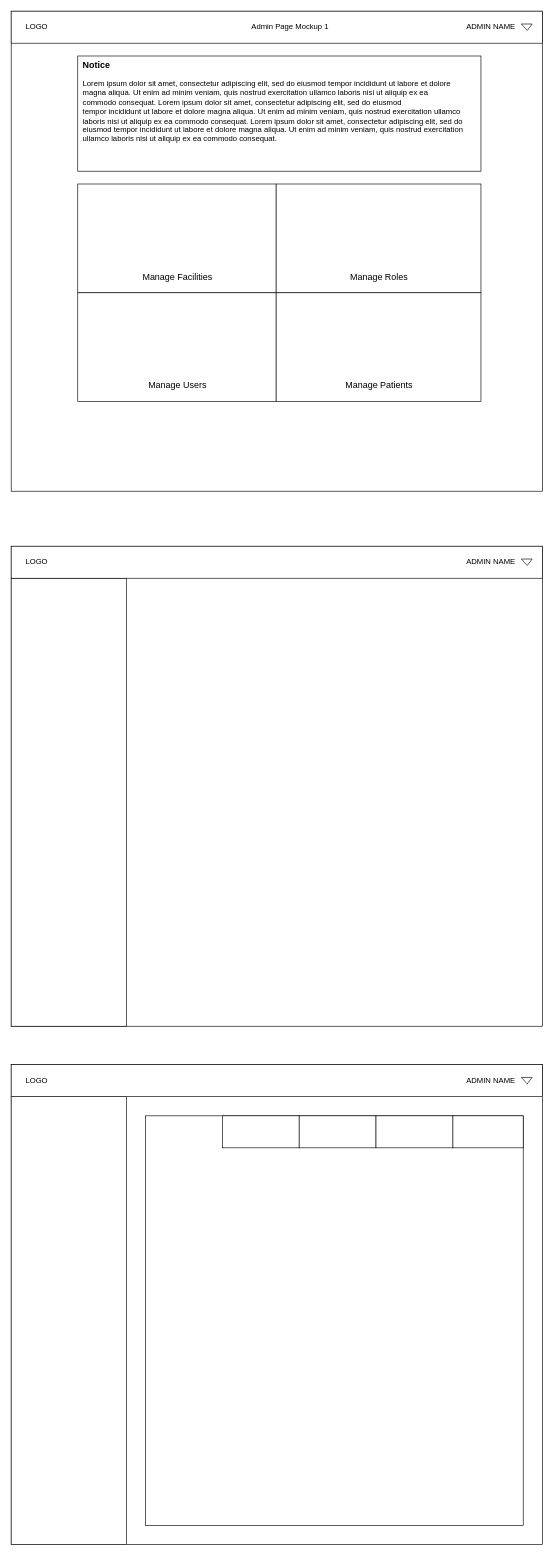
The draw.io diagram page "Mockup 1" (1 of 2) of diagrams/AdminPage.drawio in empty-works/plain-emrs-no-fw, before the edit. Source tidied: cells renumbered, new cells numbered last; positions are measured from the earlier drawing's top-left corner, leaving out a move shared by most shapes. Both pictures are drawn from the tidied source at 64%, with x=0, y=0 at pixel (11, 11).
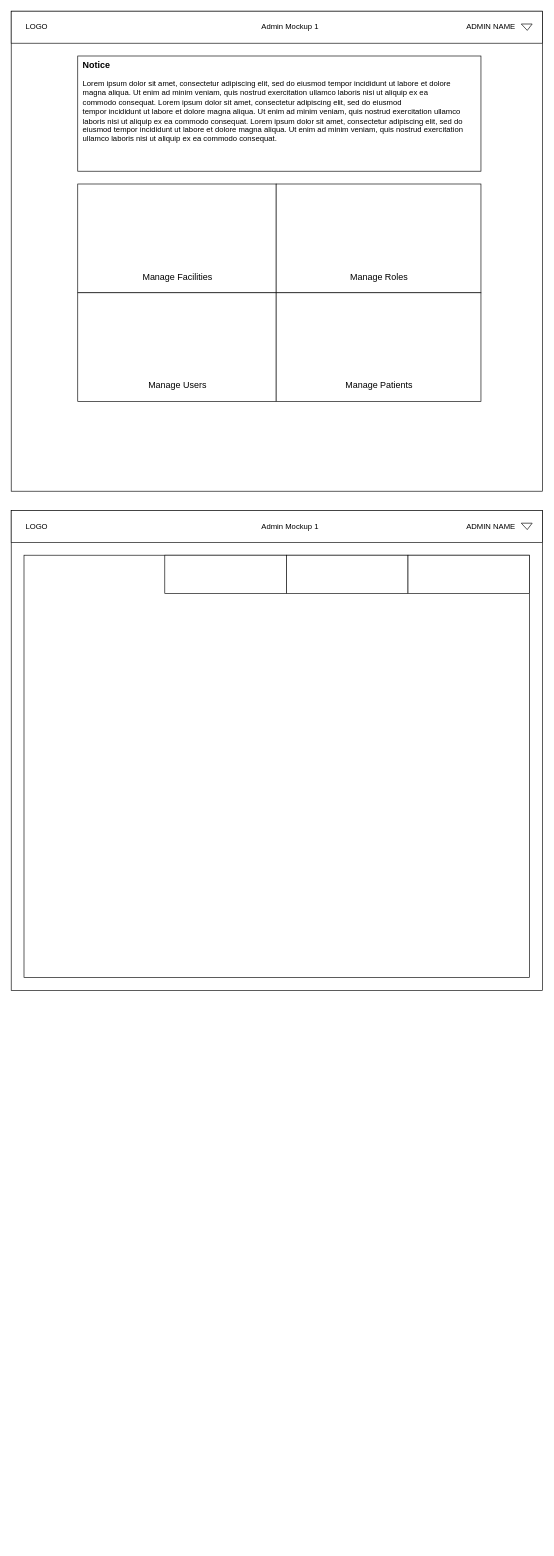
The same diagram, later.

Commit message:
Admin mockup 1 and 2 now separated. Made some changes to each.

Diff of the diagram source:
```diff
@@
-    <mxCell id="2" style="rounded=0;whiteSpace=wrap;html=1;" parent="1" vertex="1">
-      <mxGeometry y="836" width="830" height="750" as="geometry" />
-    </mxCell>
-    <mxCell id="3" style="rounded=0;whiteSpace=wrap;html=1;" parent="1" vertex="1">
-      <mxGeometry y="886" width="180" height="700" as="geometry" />
-    </mxCell>
@@
-    <mxCell id="20" style="rounded=0;whiteSpace=wrap;html=1;" parent="1" vertex="1">
-      <mxGeometry y="836" width="830" height="50" as="geometry" />
-    </mxCell>
-    <mxCell id="21" value="LOGO" style="text;html=1;strokeColor=none;fillColor=none;align=center;verticalAlign=middle;whiteSpace=wrap;rounded=0;" parent="1" vertex="1">
-      <mxGeometry x="10" y="846" width="60" height="30" as="geometry" />
-    </mxCell>
-    <mxCell id="22" value="ADMIN NAME" style="text;html=1;strokeColor=none;fillColor=none;align=right;verticalAlign=middle;whiteSpace=wrap;rounded=0;" parent="1" vertex="1">
-      <mxGeometry x="630" y="846" width="160" height="30" as="geometry" />
-    </mxCell>
-    <mxCell id="23" style="verticalLabelPosition=bottom;verticalAlign=top;html=1;shape=mxgraph.basic.acute_triangle;dx=0.45;fontSize=14;rotation=-180;" parent="1" vertex="1">
-      <mxGeometry x="797" y="856" width="17" height="10" as="geometry" />
-    </mxCell>
-    <mxCell id="24" style="rounded=0;whiteSpace=wrap;html=1;" parent="1" vertex="1">
-      <mxGeometry y="1646" width="830" height="750" as="geometry" />
-    </mxCell>
-    <mxCell id="25" style="rounded=0;whiteSpace=wrap;html=1;" parent="1" vertex="1">
-      <mxGeometry y="1696" width="180" height="700" as="geometry" />
-    </mxCell>
-    <mxCell id="26" style="rounded=0;whiteSpace=wrap;html=1;" parent="1" vertex="1">
-      <mxGeometry y="1646" width="830" height="50" as="geometry" />
-    </mxCell>
-    <mxCell id="27" value="LOGO" style="text;html=1;strokeColor=none;fillColor=none;align=center;verticalAlign=middle;whiteSpace=wrap;rounded=0;" parent="1" vertex="1">
-      <mxGeometry x="10" y="1656" width="60" height="30" as="geometry" />
-    </mxCell>
-    <mxCell id="28" value="ADMIN NAME" style="text;html=1;strokeColor=none;fillColor=none;align=right;verticalAlign=middle;whiteSpace=wrap;rounded=0;" parent="1" vertex="1">
-      <mxGeometry x="630" y="1656" width="160" height="30" as="geometry" />
-    </mxCell>
-    <mxCell id="29" style="verticalLabelPosition=bottom;verticalAlign=top;html=1;shape=mxgraph.basic.acute_triangle;dx=0.45;fontSize=14;rotation=-180;" parent="1" vertex="1">
-      <mxGeometry x="797" y="1666" width="17" height="10" as="geometry" />
-    </mxCell>
-    <mxCell id="30" style="rounded=0;whiteSpace=wrap;html=1;" parent="1" vertex="1">
-      <mxGeometry x="210" y="1726" width="590" height="640" as="geometry" />
-    </mxCell>
-    <mxCell id="31" style="rounded=0;whiteSpace=wrap;html=1;" parent="1" vertex="1">
-      <mxGeometry x="690" y="1726" width="110" height="50" as="geometry" />
-    </mxCell>
-    <mxCell id="32" style="rounded=0;whiteSpace=wrap;html=1;" parent="1" vertex="1">
-      <mxGeometry x="330" y="1726" width="120" height="50" as="geometry" />
-    </mxCell>
-    <mxCell id="33" style="rounded=0;whiteSpace=wrap;html=1;" parent="1" vertex="1">
-      <mxGeometry x="450" y="1726" width="120" height="50" as="geometry" />
-    </mxCell>
-    <mxCell id="34" style="rounded=0;whiteSpace=wrap;html=1;" parent="1" vertex="1">
-      <mxGeometry x="570" y="1726" width="120" height="50" as="geometry" />
-    </mxCell>
-    <mxCell id="35" value="Admin Page Mockup 1" style="text;html=1;strokeColor=none;fillColor=none;align=center;verticalAlign=middle;whiteSpace=wrap;rounded=0;" parent="1" vertex="1">
+    <mxCell id="35" value="Admin Mockup 1" style="text;html=1;strokeColor=none;fillColor=none;align=center;verticalAlign=middle;whiteSpace=wrap;rounded=0;" parent="1" vertex="1">
       <mxGeometry x="242" y="10" width="388" height="30" as="geometry" />
     </mxCell>
+    <mxCell id="36" style="rounded=0;whiteSpace=wrap;html=1;" parent="1" vertex="1">
+      <mxGeometry y="780" width="830" height="750" as="geometry" />
+    </mxCell>
+    <mxCell id="37" style="rounded=0;whiteSpace=wrap;html=1;" parent="1" vertex="1">
+      <mxGeometry y="780" width="830" height="50" as="geometry" />
+    </mxCell>
+    <mxCell id="38" value="LOGO" style="text;html=1;strokeColor=none;fillColor=none;align=center;verticalAlign=middle;whiteSpace=wrap;rounded=0;" parent="1" vertex="1">
+      <mxGeometry x="10" y="790" width="60" height="30" as="geometry" />
+    </mxCell>
+    <mxCell id="39" value="ADMIN NAME" style="text;html=1;strokeColor=none;fillColor=none;align=right;verticalAlign=middle;whiteSpace=wrap;rounded=0;" parent="1" vertex="1">
+      <mxGeometry x="630" y="790" width="160" height="30" as="geometry" />
+    </mxCell>
+    <mxCell id="40" style="verticalLabelPosition=bottom;verticalAlign=top;html=1;shape=mxgraph.basic.acute_triangle;dx=0.45;fontSize=14;rotation=-180;" parent="1" vertex="1">
+      <mxGeometry x="797" y="800" width="17" height="10" as="geometry" />
+    </mxCell>
+    <mxCell id="41" value="Admin Mockup 1" style="text;html=1;strokeColor=none;fillColor=none;align=center;verticalAlign=middle;whiteSpace=wrap;rounded=0;" parent="1" vertex="1">
+      <mxGeometry x="242" y="790" width="388" height="30" as="geometry" />
+    </mxCell>
+    <mxCell id="42" style="rounded=0;whiteSpace=wrap;html=1;" parent="1" vertex="1">
+      <mxGeometry x="20" y="850" width="790" height="660" as="geometry" />
+    </mxCell>
+    <mxCell id="43" style="rounded=0;whiteSpace=wrap;html=1;" parent="1" vertex="1">
+      <mxGeometry x="240" y="850" width="190" height="60" as="geometry" />
+    </mxCell>
+    <mxCell id="44" style="rounded=0;whiteSpace=wrap;html=1;" parent="1" vertex="1">
+      <mxGeometry x="430" y="850" width="190" height="60" as="geometry" />
+    </mxCell>
+    <mxCell id="45" style="rounded=0;whiteSpace=wrap;html=1;" parent="1" vertex="1">
+      <mxGeometry x="620" y="850" width="190" height="60" as="geometry" />
+    </mxCell>
```
